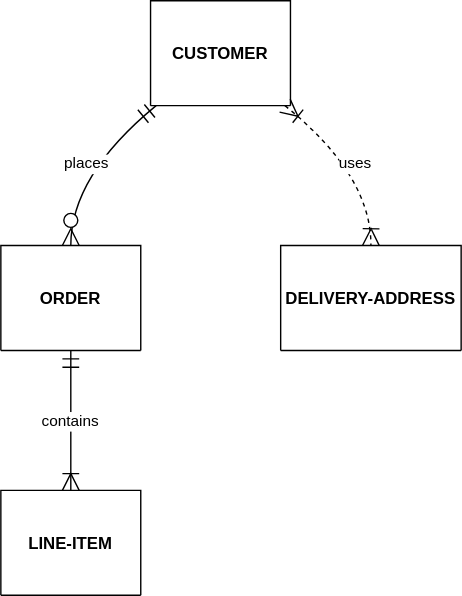
Before: Use Case Diagram.drawio.svg, a diagram exported from draw.io (CodeAiE/Exercise). Source tidied: cells renumbered, new cells last; positions are measured from the earlier drawing's top-left corner, leaving out a move shared by most shapes. Source of this version:
```xml
<mxGraphModel>
  <root>
    <mxCell id="0" />
    <mxCell id="1" parent="0" />
    <mxCell id="2" value="CUSTOMER" style="shape=table;startSize=75;rowLines=1;fontStyle=1;align=center;" parent="1" vertex="1">
      <mxGeometry x="107" width="100" height="75" as="geometry" />
    </mxCell>
    <mxCell id="3" value="ORDER" style="shape=table;startSize=75;rowLines=1;fontStyle=1;align=center;" parent="1" vertex="1">
      <mxGeometry y="175" width="100" height="75" as="geometry" />
    </mxCell>
    <mxCell id="4" value="LINE-ITEM" style="shape=table;startSize=75;rowLines=1;fontStyle=1;align=center;" parent="1" vertex="1">
      <mxGeometry y="350" width="100" height="75" as="geometry" />
    </mxCell>
    <mxCell id="5" value="DELIVERY-ADDRESS" style="shape=table;startSize=75;rowLines=1;fontStyle=1;align=center;" parent="1" vertex="1">
      <mxGeometry x="200" y="175" width="129" height="75" as="geometry" />
    </mxCell>
    <mxCell id="6" value="places" style="curved=1;startArrow=ERmandOne;startSize=10;endArrow=ERzeroToMany;endSize=10;exitX=0.04;exitY=1;entryX=0.5;entryY=0;" parent="1" edge="1" source="2" target="3">
      <mxGeometry relative="1" as="geometry">
        <Array as="points">
          <mxPoint x="50" y="125" />
        </Array>
      </mxGeometry>
    </mxCell>
    <mxCell id="7" value="contains" style="curved=1;startArrow=ERmandOne;startSize=10;endArrow=ERoneToMany;endSize=10;exitX=0.5;exitY=1;entryX=0.5;entryY=0;" parent="1" edge="1" source="3" target="4">
      <mxGeometry relative="1" as="geometry" />
    </mxCell>
    <mxCell id="8" value="uses" style="curved=1;dashed=1;startArrow=ERoneToMany;startSize=10;endArrow=ERoneToMany;endSize=10;exitX=0.96;exitY=1;entryX=0.5;entryY=0;" parent="1" edge="1" source="2" target="5">
      <mxGeometry relative="1" as="geometry">
        <Array as="points">
          <mxPoint x="265" y="125" />
        </Array>
      </mxGeometry>
    </mxCell>
  </root>
</mxGraphModel>
```
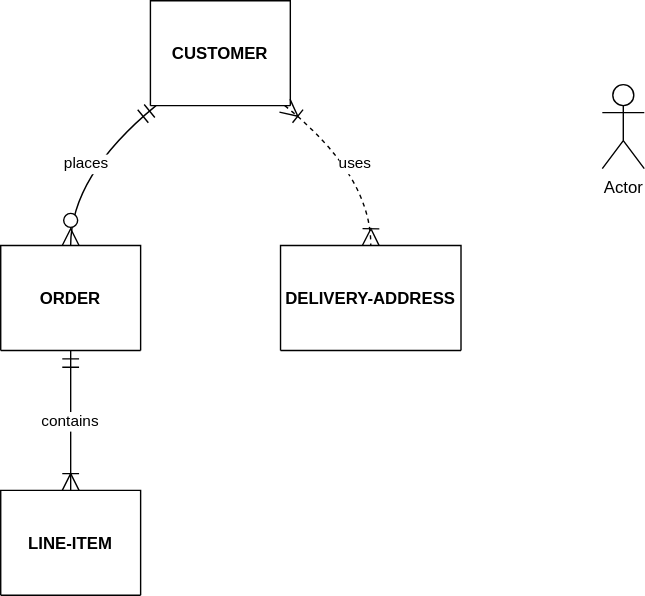
After the commit.

The edit, as a diff of the source:
```diff
@@ -31,5 +31,8 @@
         </Array>
       </mxGeometry>
     </mxCell>
+    <mxCell id="9" value="Actor" style="shape=umlActor;verticalLabelPosition=bottom;verticalAlign=top;html=1;" parent="1" vertex="1">
+      <mxGeometry x="430" y="60" width="30" height="60" as="geometry" />
+    </mxCell>
   </root>
 </mxGraphModel>
```
